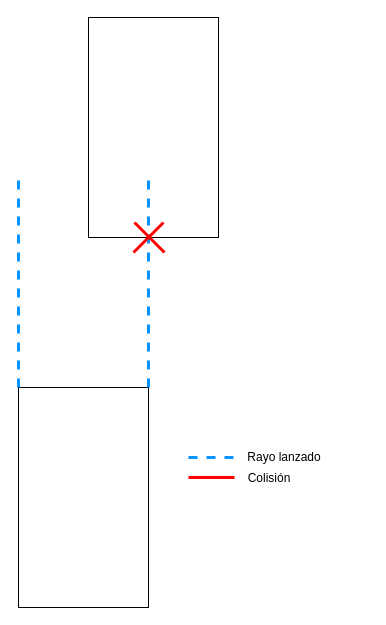
This is page "Rayos" (15 of 17) of diagramas/grafo-sistema.drawio from amt911/TFG-Documento, a draw.io file, before an edit. Source tidied: cells renumbered, new cells numbered last; positions are measured from the earlier drawing's top-left corner, leaving out a move shared by most shapes. Both pictures are drawn from the tidied source at 100%, with x=0, y=0 at pixel (18, 17).
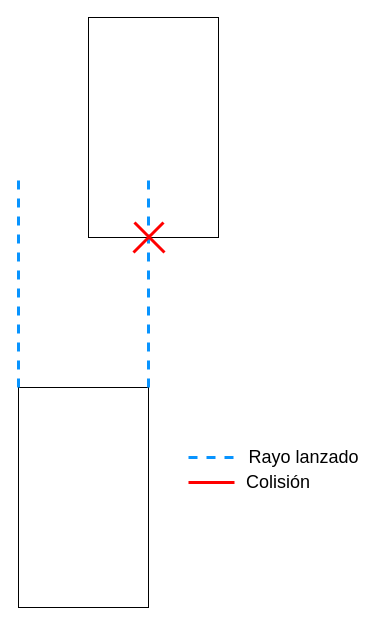
After the change.

Diff of the diagram source:
```diff
@@
 <mxGraphModel>
   <root>
     <mxCell id="0" />
     <mxCell id="1" parent="0" />
     <mxCell id="2" style="rounded=0;whiteSpace=wrap;html=1;" parent="1" vertex="1">
       <mxGeometry y="370" width="130" height="220" as="geometry" />
     </mxCell>
     <mxCell id="3" style="endArrow=none;html=1;rounded=0;exitX=0;exitY=0;exitDx=0;exitDy=0;dashed=1;strokeWidth=3;strokeColor=#0894FF;" parent="1" edge="1" source="2">
       <mxGeometry relative="1" as="geometry">
         <mxPoint y="160" as="targetPoint" />
       </mxGeometry>
     </mxCell>
     <mxCell id="4" style="rounded=0;whiteSpace=wrap;html=1;" parent="1" vertex="1">
       <mxGeometry x="70" width="130" height="220" as="geometry" />
     </mxCell>
     <mxCell id="5" style="endArrow=none;html=1;rounded=0;exitX=1;exitY=0;exitDx=0;exitDy=0;dashed=1;strokeWidth=3;strokeColor=#0894FF;" parent="1" edge="1" source="2">
       <mxGeometry relative="1" as="geometry">
         <mxPoint x="130" y="160" as="targetPoint" />
       </mxGeometry>
     </mxCell>
     <mxCell id="6" style="endArrow=none;html=1;rounded=0;strokeColor=#FF0000;strokeWidth=3;" parent="1" edge="1">
       <mxGeometry relative="1" as="geometry">
         <mxPoint x="115" y="235" as="sourcePoint" />
         <mxPoint x="145" y="205" as="targetPoint" />
       </mxGeometry>
     </mxCell>
     <mxCell id="7" style="endArrow=none;html=1;rounded=0;strokeColor=#FF0000;strokeWidth=3;" parent="1" edge="1">
       <mxGeometry relative="1" as="geometry">
         <mxPoint x="116" y="205" as="sourcePoint" />
         <mxPoint x="146" y="235" as="targetPoint" />
       </mxGeometry>
     </mxCell>
     <mxCell id="8" style="endArrow=none;html=1;rounded=0;strokeWidth=3;strokeColor=#0894FF;dashed=1;" parent="1" edge="1">
       <mxGeometry relative="1" as="geometry">
         <mxPoint x="170" y="440" as="sourcePoint" />
         <mxPoint x="220" y="440" as="targetPoint" />
       </mxGeometry>
     </mxCell>
     <mxCell id="9" style="endArrow=none;html=1;rounded=0;strokeColor=#FF0000;strokeWidth=3;" parent="1" edge="1">
       <mxGeometry relative="1" as="geometry">
-        <mxPoint x="170" y="460" as="sourcePoint" />
-        <mxPoint x="216" y="460" as="targetPoint" />
+        <mxPoint x="170" y="465" as="sourcePoint" />
+        <mxPoint x="216" y="465" as="targetPoint" />
       </mxGeometry>
     </mxCell>
-    <mxCell id="10" value="Rayo lanzado&lt;br&gt;" style="text;html=1;strokeColor=none;fillColor=none;align=center;verticalAlign=middle;whiteSpace=wrap;rounded=0;" parent="1" vertex="1">
-      <mxGeometry x="221" y="425" width="90" height="30" as="geometry" />
+    <mxCell id="10" value="Rayo lanzado&lt;br style=&quot;font-size: 18px;&quot;&gt;" style="text;html=1;strokeColor=none;fillColor=none;align=center;verticalAlign=middle;whiteSpace=wrap;rounded=0;fontSize=18;" parent="1" vertex="1">
+      <mxGeometry x="221" y="425" width="129" height="30" as="geometry" />
     </mxCell>
-    <mxCell id="11" value="Colisión&lt;br&gt;" style="text;html=1;strokeColor=none;fillColor=none;align=center;verticalAlign=middle;whiteSpace=wrap;rounded=0;" parent="1" vertex="1">
-      <mxGeometry x="221" y="446" width="60" height="30" as="geometry" />
+    <mxCell id="11" value="Colisión&lt;br style=&quot;font-size: 18px;&quot;&gt;" style="text;html=1;strokeColor=none;fillColor=none;align=center;verticalAlign=middle;whiteSpace=wrap;rounded=0;fontSize=18;" parent="1" vertex="1">
+      <mxGeometry x="230" y="450" width="60" height="30" as="geometry" />
     </mxCell>
   </root>
 </mxGraphModel>
```
